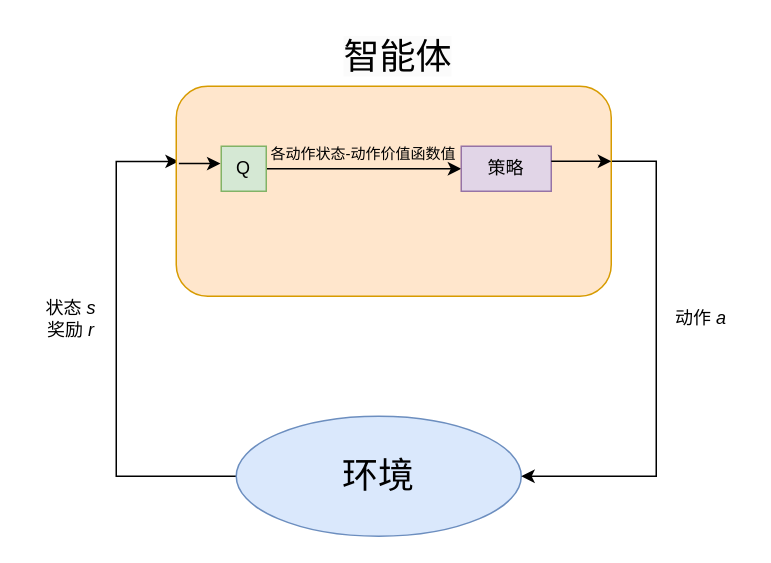
Before: drawings/TD-single-agent.drawio in qaeeqaeqr/BS, a draw.io diagram. Source tidied: cells renumbered, new cells numbered last; positions are measured from the earlier drawing's top-left corner, leaving out a move shared by most shapes. Both pictures are drawn from the tidied source at 150%, with x=0, y=0 at pixel (26, 26).
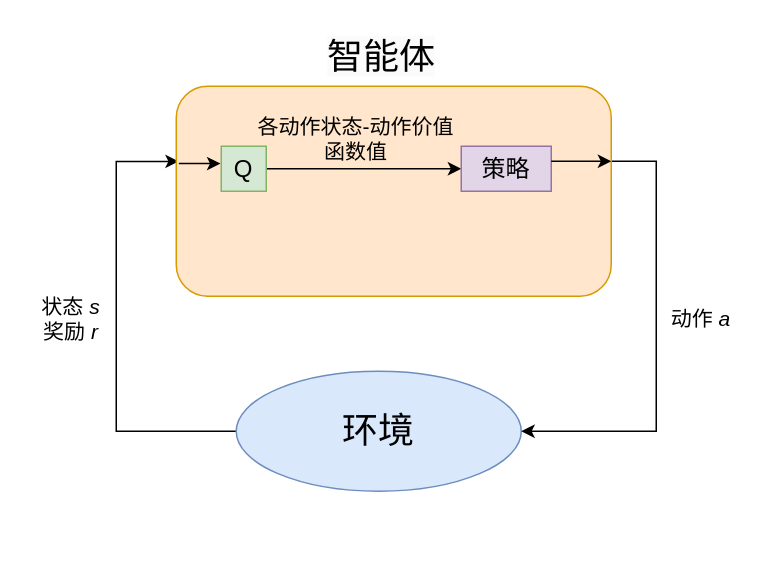
The same page after the edit.

The change refers to these unchanged cells:
```xml
<mxCell id="5" style="rounded=1;whiteSpace=wrap;html=1;fillColor=#ffe6cc;strokeColor=#d79b00;" parent="1" vertex="1">
  <mxGeometry x="100" y="40" width="290" height="140" as="geometry" />
</mxCell>
```

Change to the diagram source:
```diff
@@
     <mxCell id="2" style="edgeStyle=orthogonalEdgeStyle;rounded=0;jettySize=auto;html=1;exitX=0;exitY=0.5;exitDx=0;exitDy=0;entryX=0.006;entryY=0.358;entryDx=0;entryDy=0;entryPerimeter=0;" parent="1" edge="1" source="3" target="5">
       <mxGeometry relative="1" as="geometry">
         <Array as="points">
-          <mxPoint x="60" y="300" />
+          <mxPoint x="60" y="270" />
           <mxPoint x="60" y="90" />
         </Array>
       </mxGeometry>
     </mxCell>
     <mxCell id="3" value="&lt;font style=&quot;font-size: 24px;&quot;&gt;环境&lt;/font&gt;" style="ellipse;whiteSpace=wrap;html=1;fillColor=#dae8fc;strokeColor=#6c8ebf;" parent="1" vertex="1">
-      <mxGeometry x="140" y="260" width="190" height="80" as="geometry" />
+      <mxGeometry x="140" y="230" width="190" height="80" as="geometry" />
     </mxCell>
     <mxCell id="4" style="edgeStyle=orthogonalEdgeStyle;rounded=0;jettySize=auto;html=1;exitX=1;exitY=0.5;exitDx=0;exitDy=0;entryX=1;entryY=0.5;entryDx=0;entryDy=0;" parent="1" edge="1" source="5" target="3">
       <mxGeometry relative="1" as="geometry">
         <Array as="points">
+          <mxPoint x="390" y="90" />
           <mxPoint x="420" y="90" />
-          <mxPoint x="420" y="300" />
+          <mxPoint x="420" y="270" />
         </Array>
       </mxGeometry>
     </mxCell>
@@
-    <mxCell id="6" value="动作 &lt;i&gt;a&lt;/i&gt;" style="text;html=1;align=center;verticalAlign=middle;whiteSpace=wrap;rounded=0;" parent="1" vertex="1">
+    <mxCell id="6" value="动作 &lt;i&gt;a&lt;/i&gt;" style="text;html=1;align=center;verticalAlign=middle;whiteSpace=wrap;rounded=0;fontSize=14;" parent="1" vertex="1">
       <mxGeometry x="420" y="180" width="60" height="30" as="geometry" />
     </mxCell>
-    <mxCell id="7" value="状态 &lt;i&gt;s&lt;/i&gt;&lt;div&gt;奖励&lt;i&gt; r&lt;/i&gt;&lt;/div&gt;" style="text;html=1;align=center;verticalAlign=middle;whiteSpace=wrap;rounded=0;" parent="1" vertex="1">
+    <mxCell id="7" value="状态 &lt;i&gt;s&lt;/i&gt;&lt;div&gt;奖励&lt;i&gt; r&lt;/i&gt;&lt;/div&gt;" style="text;html=1;align=center;verticalAlign=middle;whiteSpace=wrap;rounded=0;fontSize=14;" parent="1" vertex="1">
       <mxGeometry y="180" width="60" height="30" as="geometry" />
     </mxCell>
     <mxCell id="8" value="&lt;span style=&quot;color: rgb(0, 0, 0); font-family: Helvetica; font-size: 24px; font-style: normal; font-variant-ligatures: normal; font-variant-caps: normal; font-weight: 400; letter-spacing: normal; orphans: 2; text-align: center; text-indent: 0px; text-transform: none; widows: 2; word-spacing: 0px; -webkit-text-stroke-width: 0px; white-space: normal; background-color: rgb(251, 251, 251); text-decoration-thickness: initial; text-decoration-style: initial; text-decoration-color: initial; display: inline !important; float: none;&quot;&gt;智能体&lt;/span&gt;" style="text;whiteSpace=wrap;html=1;" parent="1" vertex="1">
-      <mxGeometry x="210" width="110" height="50" as="geometry" />
+      <mxGeometry x="199" width="110" height="50" as="geometry" />
     </mxCell>
@@
-    <mxCell id="10" value="Q" style="rounded=0;whiteSpace=wrap;html=1;fillColor=#d5e8d4;strokeColor=#82b366;" parent="1" vertex="1">
+    <mxCell id="10" value="Q" style="rounded=0;whiteSpace=wrap;html=1;fillColor=#d5e8d4;strokeColor=#82b366;fontSize=16;" parent="1" vertex="1">
       <mxGeometry x="130" y="80" width="30" height="30" as="geometry" />
     </mxCell>
@@
-    <mxCell id="12" value="策略" style="rounded=0;whiteSpace=wrap;html=1;fillColor=#e1d5e7;strokeColor=#9673a6;" parent="1" vertex="1">
+    <mxCell id="12" value="策略" style="rounded=0;whiteSpace=wrap;html=1;fillColor=#e1d5e7;strokeColor=#9673a6;fontSize=16;" parent="1" vertex="1">
       <mxGeometry x="290" y="80" width="60" height="30" as="geometry" />
     </mxCell>
@@
-    <mxCell id="14" value="&lt;font style=&quot;font-size: 10px;&quot;&gt;各动作状态-动作价值函数值&lt;/font&gt;" style="text;html=1;align=center;verticalAlign=middle;whiteSpace=wrap;rounded=0;" parent="1" vertex="1">
-      <mxGeometry x="150" y="70" width="150" height="30" as="geometry" />
+    <mxCell id="14" value="&lt;font&gt;各动作状态-动作价值函数值&lt;/font&gt;" style="text;html=1;align=center;verticalAlign=middle;whiteSpace=wrap;rounded=0;fontSize=14;" parent="1" vertex="1">
+      <mxGeometry x="150" y="50" width="140" height="50" as="geometry" />
     </mxCell>
```
